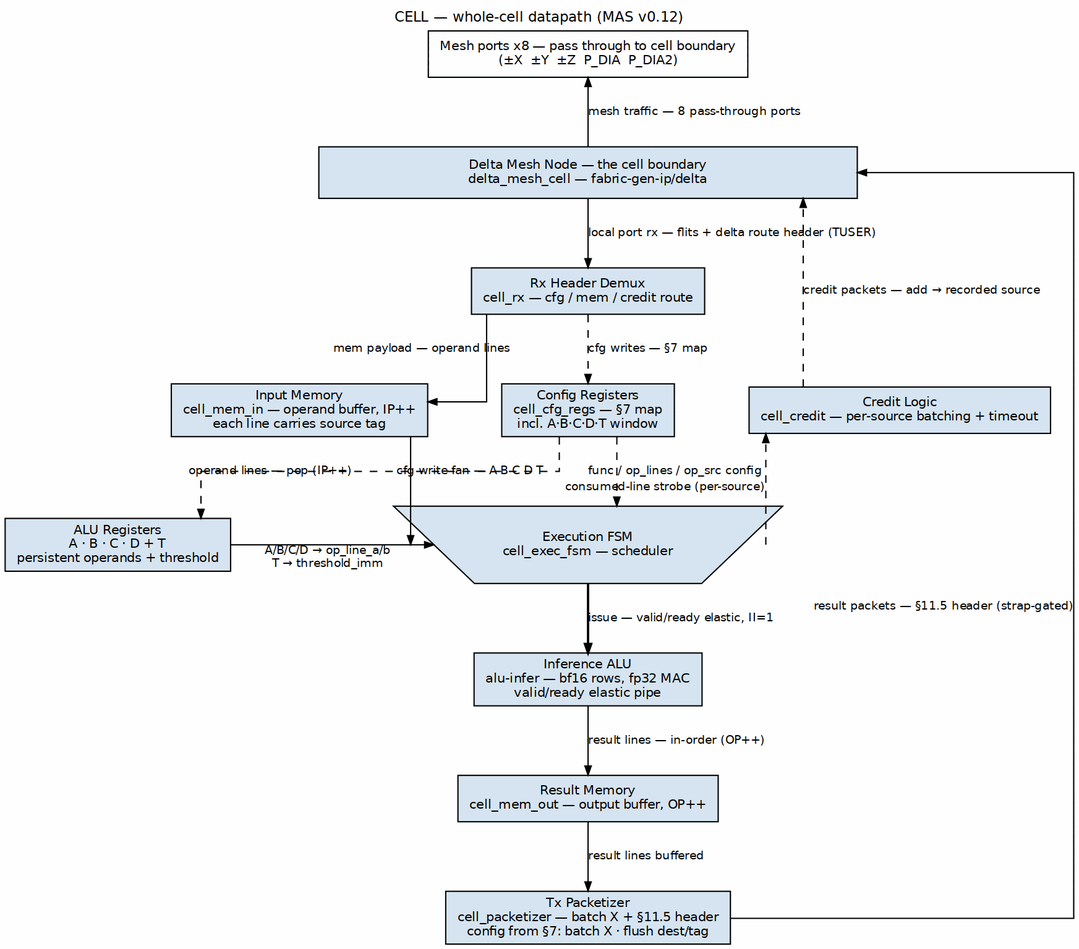
sean-galloway/RTLDesignSherpa keeps this Graphviz diagram as projects/components/compute-eng-ip/cell/docs/cell_mas/assets/graphviz/01_whole_cell.png. Above is the earlier version. Its source is kept beside it as projects/components/compute-eng-ip/cell/docs/cell_mas/assets/graphviz/01_whole_cell.dot.
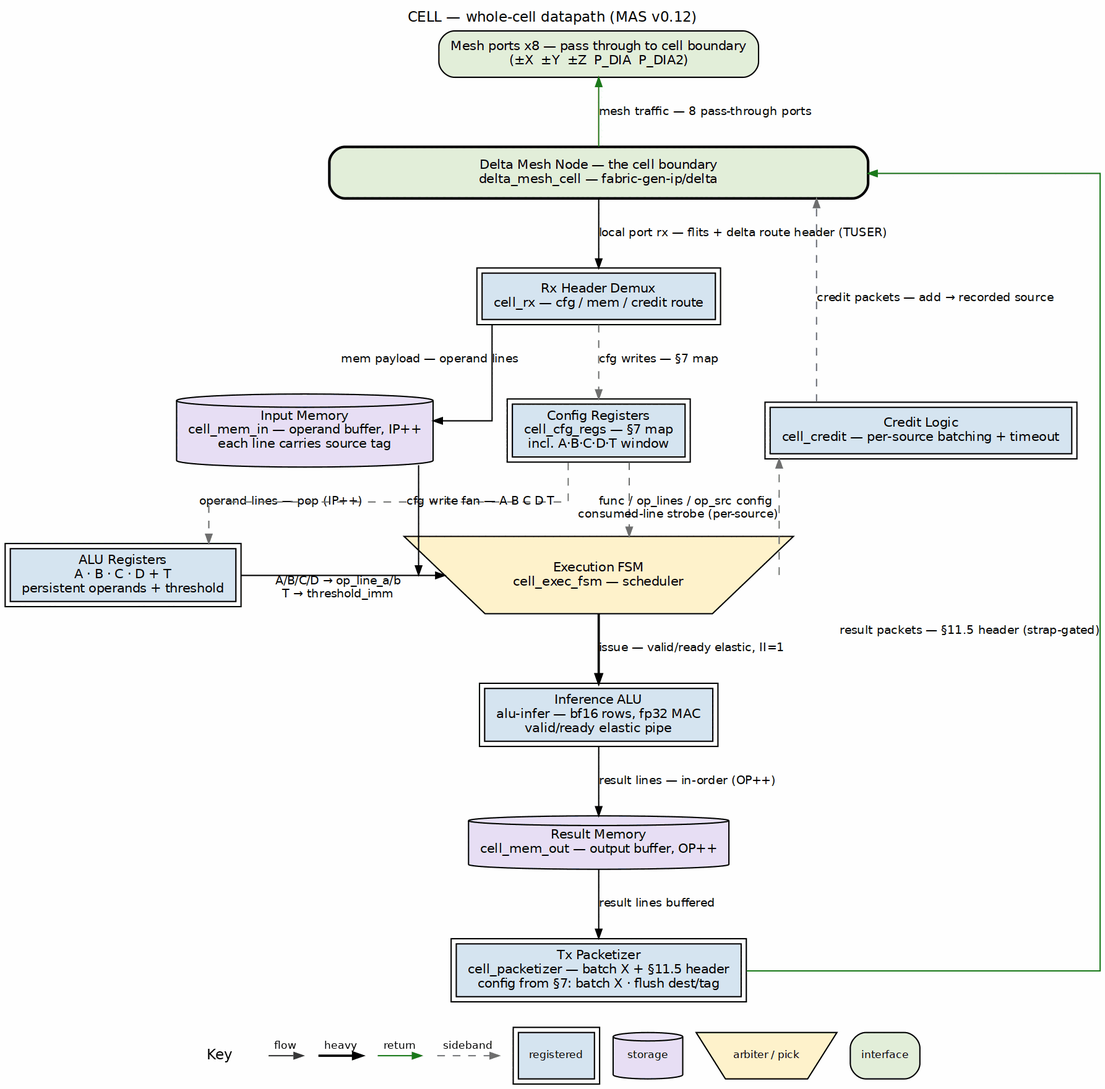
Above is the later version.

The edit, as a diff of the source:
```diff
@@ -4,31 +4,31 @@
          label="CELL — whole-cell datapath (MAS v0.12)",
          labelloc=t];
   node  [fontname="Helvetica", fontsize=10, shape=box, style=filled,
-         fillcolor="#D6E4F0", color="black", margin="0.12,0.06"];
+         fillcolor="white", color="black", margin="0.12,0.06"];
   edge  [fontname="Helvetica", fontsize=9, color="black", arrowsize=0.7];
 
   mesh  [group="C", fillcolor="white",
-         label="Mesh ports x8 — pass through to cell boundary\n(±X  ±Y  ±Z  P_DIA  P_DIA2)"];
+         label="Mesh ports x8 — pass through to cell boundary\n(±X  ±Y  ±Z  P_DIA  P_DIA2)", style="rounded,filled", fillcolor="#E2EFDA"];
   nodeb [group="C", width=5.8, height=0.55,
-         label="Delta Mesh Node — the cell boundary\ndelta_mesh_cell — fabric-gen-ip/delta"];
+         label="Delta Mesh Node — the cell boundary\ndelta_mesh_cell — fabric-gen-ip/delta", style="rounded,filled,bold", fillcolor="#E2EFDA"];
 
-  rx     [group="C", label="Rx Header Demux\ncell_rx — cfg / mem / credit route"];
-  inmem  [label="Input Memory\ncell_mem_in — operand buffer, IP++\neach line carries source tag"];
-  cfgregs [group="C", label="Config Registers\ncell_cfg_regs — §7 map\nincl. A·B·C·D·T window"];
-  credit [label="Credit Logic\ncell_credit — per-source batching + timeout"];
+  rx     [group="C", label="Rx Header Demux\ncell_rx — cfg / mem / credit route", peripheries=2, style="filled", fillcolor="#D6E4F0"];
+  inmem  [label="Input Memory\ncell_mem_in — operand buffer, IP++\neach line carries source tag", shape=cylinder, style="filled", fillcolor="#E8DFF5"];
+  cfgregs [group="C", label="Config Registers\ncell_cfg_regs — §7 map\nincl. A·B·C·D·T window", peripheries=2, style="filled", fillcolor="#D6E4F0"];
+  credit [label="Credit Logic\ncell_credit — per-source batching + timeout", peripheries=2, style="filled", fillcolor="#D6E4F0"];
   fsm    [group="C", shape=invtrapezium, width=1.8, height=0.45,
-          label="Execution FSM\ncell_exec_fsm — scheduler"];
-  aluregs [label="ALU Registers\nA · B · C · D + T\npersistent operands + threshold"];
-  alu    [group="C", label="Inference ALU\nalu-infer — bf16 rows, fp32 MAC\nvalid/ready elastic pipe"];
-  outmem [group="C", label="Result Memory\ncell_mem_out — output buffer, OP++"];
-  pktz   [group="C", label="Tx Packetizer\ncell_packetizer — batch X + §11.5 header\nconfig from §7: batch X · flush dest/tag"];
+          label="Execution FSM\ncell_exec_fsm — scheduler", style="filled", fillcolor="#FFF2CC"];
+  aluregs [label="ALU Registers\nA · B · C · D + T\npersistent operands + threshold", peripheries=2, style="filled", fillcolor="#D6E4F0"];
+  alu    [group="C", label="Inference ALU\nalu-infer — bf16 rows, fp32 MAC\nvalid/ready elastic pipe", peripheries=2, style="filled", fillcolor="#D6E4F0"];
+  outmem [group="C", label="Result Memory\ncell_mem_out — output buffer, OP++", shape=cylinder, style="filled", fillcolor="#E8DFF5"];
+  pktz   [group="C", label="Tx Packetizer\ncell_packetizer — batch X + §11.5 header\nconfig from §7: batch X · flush dest/tag", peripheries=2, style="filled", fillcolor="#D6E4F0"];
 
-  mesh -> nodeb [dir=back, label="mesh traffic — 8 pass-through ports"];
+  mesh -> nodeb [color="#1A7A1A", dir=back, label="mesh traffic — 8 pass-through ports"];
   nodeb -> rx [label="local port rx — flits + delta route header (TUSER)"];
 
-  rx -> cfgregs [style=dashed, label="cfg writes — §7 map"];
-  cfgregs -> fsm [style=dashed, label="func / op_lines / op_src config"];
-  cfgregs -> aluregs [style=dashed, label="cfg write fan — A B C D T"];
+  rx -> cfgregs [style=dashed, color="#777777", label="cfg writes — §7 map"];
+  cfgregs -> fsm [style=dashed, color="#777777", label="func / op_lines / op_src config"];
+  cfgregs -> aluregs [style=dashed, color="#777777", label="cfg write fan — A B C D T"];
 
   rx -> inmem [label="mem payload — operand lines"];
   inmem -> fsm [label="operand lines — pop (IP++)"];
@@ -39,9 +39,9 @@
   alu -> outmem [label="result lines — in-order (OP++)"];
   outmem -> pktz [label="result lines buffered"];
 
-  pktz  -> nodeb [constraint=false, xlabel="result packets — §11.5 header (strap-gated)"];
-  credit -> nodeb [constraint=false, style=dashed, xlabel="credit packets — add → recorded source"];
-  fsm -> credit [style=dashed, xlabel="consumed-line strobe (per-source)"];
+  pktz  -> nodeb [color="#1A7A1A", constraint=false, xlabel="result packets — §11.5 header (strap-gated)"];
+  credit -> nodeb [constraint=false, style=dashed, color="#777777", xlabel="credit packets — add → recorded source"];
+  fsm -> credit [style=dashed, color="#777777", xlabel="consumed-line strobe (per-source)"];
 
   { rank=same; mesh }
   { rank=same; nodeb }
```
